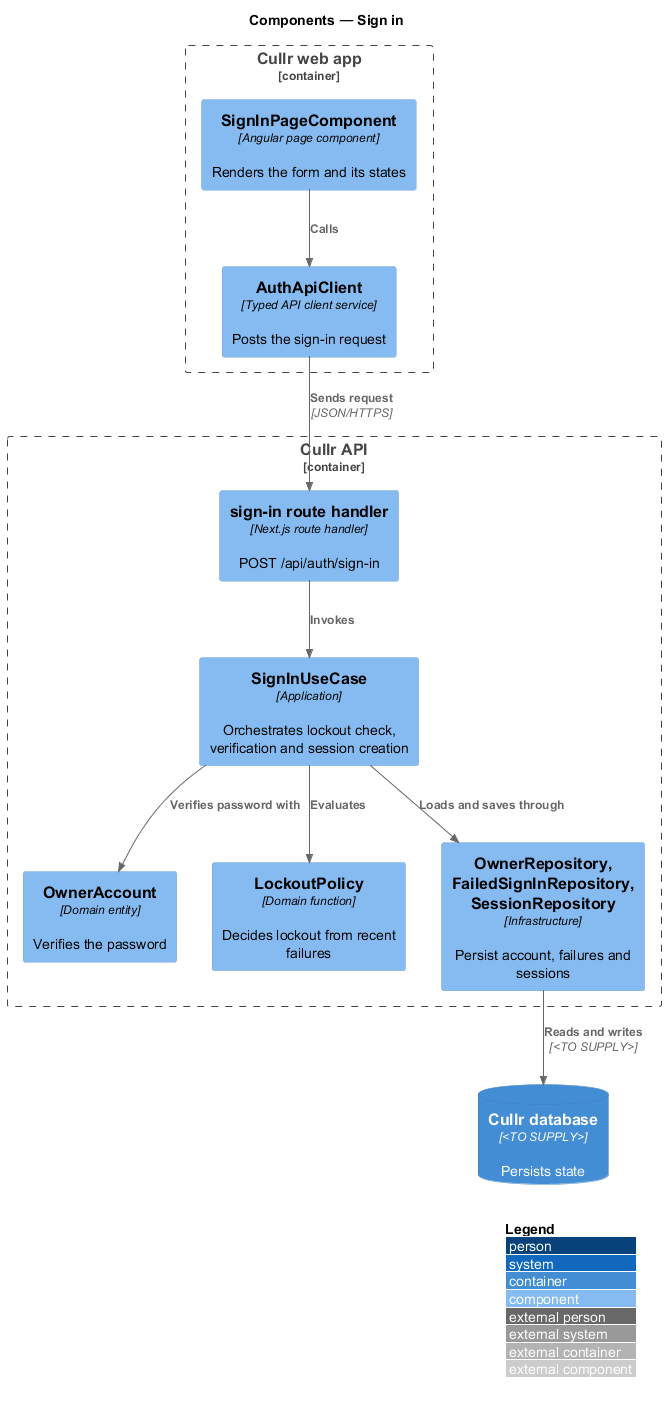
This is docs/detailed-designs/access/sign-in/diagrams/c4-component.png from QuinntyneBrown/cullr, a PlantUML export, as it was before one commit.
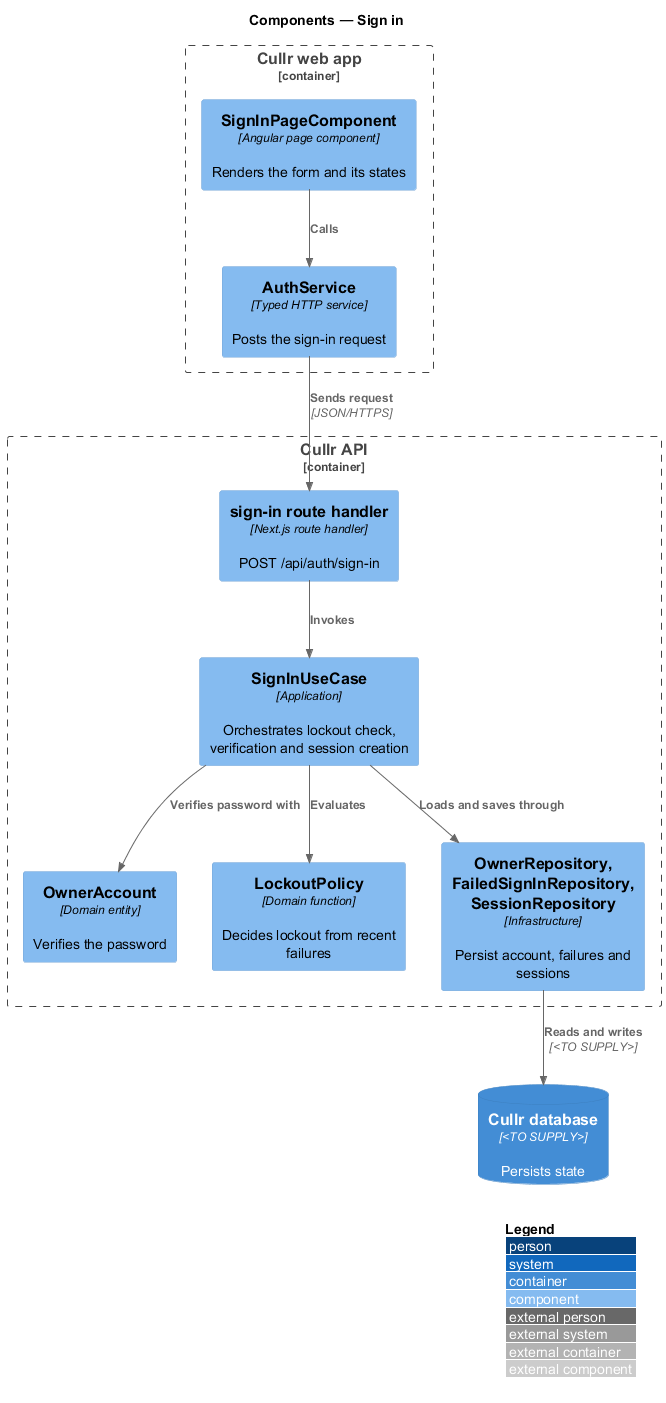
The same diagram one commit later.

Diff of the diagram source:
```diff
@@ -5,7 +5,7 @@
 
 Container_Boundary(spa, "Cullr web app") {
   Component(page, "SignInPageComponent", "Angular page component", "Renders the form and its states")
-  Component(client, "AuthApiClient", "Typed API client service", "Posts the sign-in request")
+  Component(client, "AuthService", "Typed HTTP service", "Posts the sign-in request")
 }
 Container_Boundary(api, "Cullr API") {
   Component(route, "sign-in route handler", "Next.js route handler", "POST /api/auth/sign-in")
```
